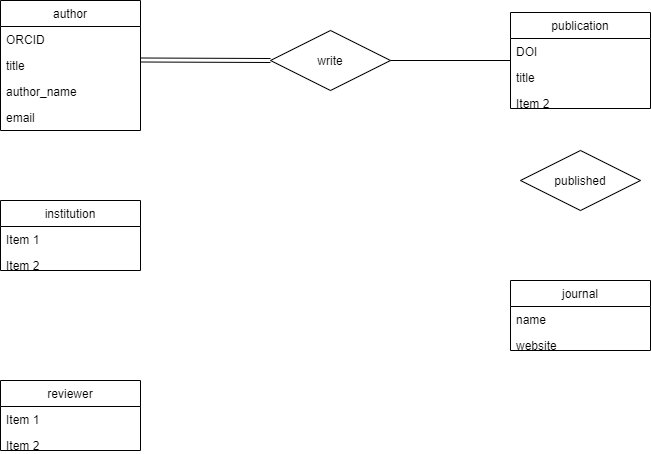
Earlier version of the draw.io export Untitled Diagram.png (impulseoy/learnGit). Source tidied: cells renumbered, new cells last; positions are measured from the earlier drawing's top-left corner, leaving out a move shared by most shapes.
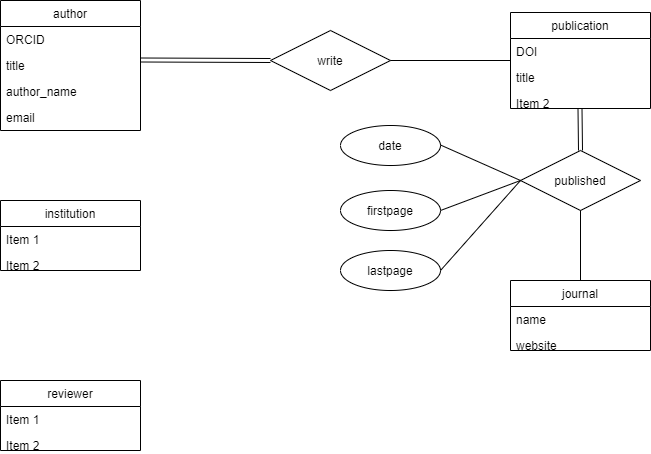
The same file after the commit.

Change to the diagram source:
```diff
@@ -74,5 +74,41 @@
     <mxCell id="23" value="published" style="shape=rhombus;perimeter=rhombusPerimeter;whiteSpace=wrap;html=1;align=center;" parent="1" vertex="1">
       <mxGeometry x="520" y="150" width="120" height="60" as="geometry" />
     </mxCell>
+    <mxCell id="24" style="shape=link;html=1;rounded=0;" parent="1" edge="1">
+      <mxGeometry relative="1" as="geometry">
+        <mxPoint x="580" y="150" as="sourcePoint" />
+        <mxPoint x="579.5" y="108" as="targetPoint" />
+      </mxGeometry>
+    </mxCell>
+    <mxCell id="25" style="endArrow=none;html=1;rounded=0;exitX=0.5;exitY=0;exitDx=0;exitDy=0;" parent="1" edge="1" source="13">
+      <mxGeometry relative="1" as="geometry">
+        <mxPoint x="580" y="210" as="targetPoint" />
+      </mxGeometry>
+    </mxCell>
+    <mxCell id="26" value="date" style="ellipse;whiteSpace=wrap;html=1;align=center;" parent="1" vertex="1">
+      <mxGeometry x="340" y="125" width="100" height="40" as="geometry" />
+    </mxCell>
+    <mxCell id="27" value="firstpage" style="ellipse;whiteSpace=wrap;html=1;align=center;" parent="1" vertex="1">
+      <mxGeometry x="340" y="190" width="100" height="40" as="geometry" />
+    </mxCell>
+    <mxCell id="28" value="lastpage" style="ellipse;whiteSpace=wrap;html=1;align=center;" parent="1" vertex="1">
+      <mxGeometry x="340" y="250" width="100" height="40" as="geometry" />
+    </mxCell>
+    <mxCell id="29" style="endArrow=none;html=1;rounded=0;entryX=0;entryY=0.5;entryDx=0;entryDy=0;" parent="1" edge="1" target="23">
+      <mxGeometry relative="1" as="geometry">
+        <mxPoint x="440" y="144.5" as="sourcePoint" />
+      </mxGeometry>
+    </mxCell>
+    <mxCell id="30" style="endArrow=none;html=1;rounded=0;entryX=0;entryY=0.5;entryDx=0;entryDy=0;" parent="1" edge="1" target="23">
+      <mxGeometry relative="1" as="geometry">
+        <mxPoint x="440" y="210" as="sourcePoint" />
+      </mxGeometry>
+    </mxCell>
+    <mxCell id="31" style="endArrow=none;html=1;rounded=0;" parent="1" edge="1">
+      <mxGeometry relative="1" as="geometry">
+        <mxPoint x="440" y="270" as="sourcePoint" />
+        <mxPoint x="520" y="180" as="targetPoint" />
+      </mxGeometry>
+    </mxCell>
   </root>
 </mxGraphModel>
```
